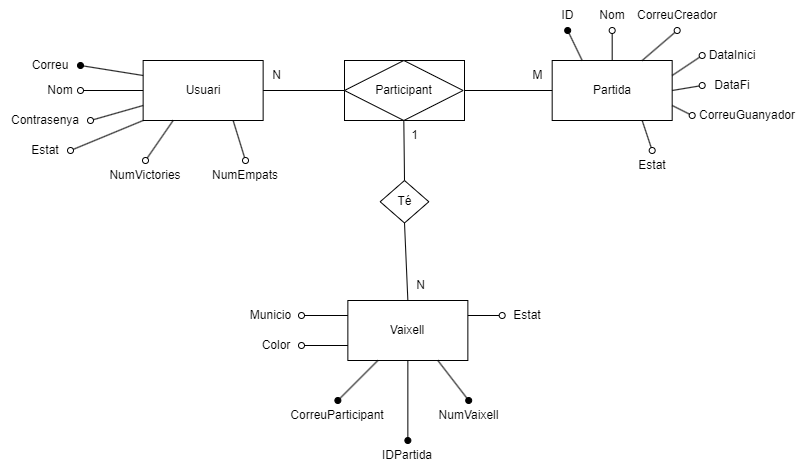
Earlier version of the draw.io export API/Model_ER_Shipped.drawio.png (janEstrada24/ProjecteShipped). Source tidied: cells renumbered, new cells last; positions are measured from the earlier drawing's top-left corner, leaving out a move shared by most shapes.
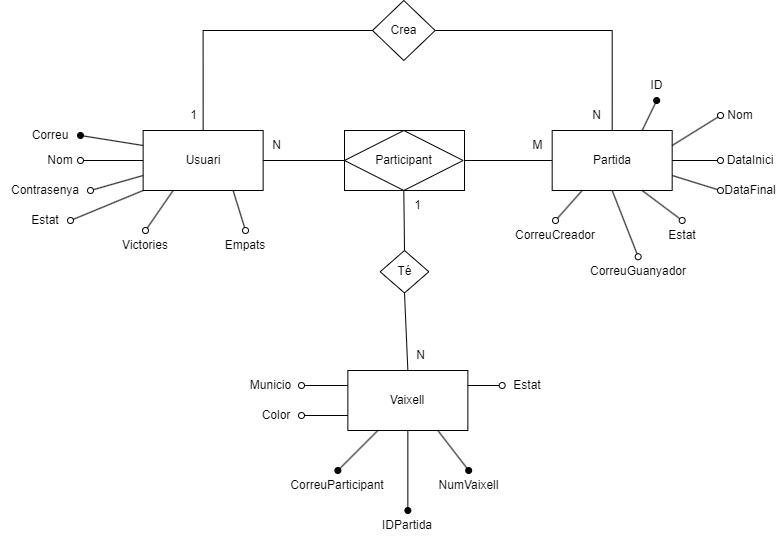
After the commit.

Commit message:
Model ER modficat i fitxers "init.sql" amb l'estructura base de les taules de la base de dades juntament amb el fitxer "docker-compose.yml" on utilitzem la imatge postgres

The edit, as a diff of the source:
```diff
@@ -32,13 +32,13 @@
     <mxCell id="11" value="Participant" style="rhombus;whiteSpace=wrap;html=1;rounded=0;" parent="1" vertex="1">
       <mxGeometry x="344" y="60" width="118.6" height="60" as="geometry" />
     </mxCell>
-    <mxCell id="12" style="endArrow=none;html=1;rounded=0;entryX=0;entryY=0.5;entryDx=0;entryDy=0;exitX=1;exitY=0.5;exitDx=0;exitDy=0;" parent="1" edge="1" source="2" target="11">
+    <mxCell id="12" style="endArrow=none;html=1;rounded=0;entryX=0;entryY=0.5;entryDx=0;entryDy=0;exitX=1;exitY=0.5;exitDx=0;exitDy=0;" parent="1" edge="1" source="2" target="10">
       <mxGeometry relative="1" as="geometry" />
     </mxCell>
     <mxCell id="13" style="endArrow=none;html=1;rounded=0;entryX=1;entryY=0.5;entryDx=0;entryDy=0;exitX=0;exitY=0.5;exitDx=0;exitDy=0;" parent="1" edge="1" source="7" target="10">
       <mxGeometry relative="1" as="geometry" />
     </mxCell>
-    <mxCell id="14" style="endArrow=none;html=1;rounded=0;entryX=0.5;entryY=1;entryDx=0;entryDy=0;exitX=0.5;exitY=0;exitDx=0;exitDy=0;" parent="1" edge="1" source="9" target="11">
+    <mxCell id="14" style="endArrow=none;html=1;rounded=0;exitX=0.5;exitY=0;exitDx=0;exitDy=0;entryX=0.5;entryY=1;entryDx=0;entryDy=0;" parent="1" edge="1" source="9" target="11">
       <mxGeometry relative="1" as="geometry" />
     </mxCell>
     <mxCell id="15" style="endArrow=none;html=1;rounded=0;entryX=0.5;entryY=0;entryDx=0;entryDy=0;exitX=0.5;exitY=1;exitDx=0;exitDy=0;" parent="1" edge="1" source="9" target="6">
@@ -57,7 +57,7 @@
       <mxGeometry x="407.4" y="270" width="27.4" height="30" as="geometry" />
     </mxCell>
     <mxCell id="20" value="1" style="text;html=1;strokeColor=none;fillColor=none;align=center;verticalAlign=middle;whiteSpace=wrap;rounded=0;" parent="1" vertex="1">
-      <mxGeometry x="401" y="120" width="27.4" height="30" as="geometry" />
+      <mxGeometry x="404" y="120" width="27.4" height="30" as="geometry" />
     </mxCell>
     <mxCell id="21" value="CorreuParticipant" style="text;html=1;strokeColor=none;fillColor=none;align=center;verticalAlign=middle;whiteSpace=wrap;rounded=0;" parent="1" vertex="1">
       <mxGeometry x="287.4" y="400" width="100" height="30" as="geometry" />
@@ -75,10 +75,10 @@
       <mxGeometry x="240" y="300" width="61" height="30" as="geometry" />
     </mxCell>
     <mxCell id="26" value="ID" style="text;html=1;strokeColor=none;fillColor=none;align=center;verticalAlign=middle;whiteSpace=wrap;rounded=0;" parent="1" vertex="1">
-      <mxGeometry x="551.7" width="31" height="30" as="geometry" />
+      <mxGeometry x="640.7" width="31" height="30" as="geometry" />
     </mxCell>
     <mxCell id="27" value="Nom" style="text;html=1;strokeColor=none;fillColor=none;align=center;verticalAlign=middle;whiteSpace=wrap;rounded=0;" parent="1" vertex="1">
-      <mxGeometry x="591.7" width="40" height="30" as="geometry" />
+      <mxGeometry x="720" y="30" width="40" height="30" as="geometry" />
     </mxCell>
     <mxCell id="28" style="endArrow=oval;html=1;rounded=0;endFill=1;exitX=0.75;exitY=1;exitDx=0;exitDy=0;entryX=0.5;entryY=0;entryDx=0;entryDy=0;" parent="1" edge="1" source="6" target="30">
       <mxGeometry relative="1" as="geometry" />
@@ -92,17 +92,17 @@
     <mxCell id="31" style="endArrow=oval;html=1;rounded=0;endFill=1;exitX=0.5;exitY=1;exitDx=0;exitDy=0;entryX=0.5;entryY=0;entryDx=0;entryDy=0;" parent="1" edge="1" source="6" target="29">
       <mxGeometry relative="1" as="geometry" />
     </mxCell>
-    <mxCell id="32" style="endArrow=oval;html=1;rounded=0;endFill=1;exitX=0.25;exitY=0;exitDx=0;exitDy=0;entryX=0.5;entryY=1;entryDx=0;entryDy=0;" parent="1" edge="1" source="7" target="26">
+    <mxCell id="32" style="endArrow=oval;html=1;rounded=0;endFill=1;exitX=0.75;exitY=0;exitDx=0;exitDy=0;entryX=0.5;entryY=1;entryDx=0;entryDy=0;" parent="1" edge="1" source="7" target="26">
       <mxGeometry relative="1" as="geometry" />
     </mxCell>
-    <mxCell id="33" style="endArrow=oval;html=1;rounded=0;endFill=0;exitX=0.5;exitY=0;exitDx=0;exitDy=0;entryX=0.5;entryY=1;entryDx=0;entryDy=0;" parent="1" edge="1" source="7" target="27">
+    <mxCell id="33" style="endArrow=oval;html=1;rounded=0;endFill=0;exitX=1;exitY=0.25;exitDx=0;exitDy=0;entryX=0;entryY=0.5;entryDx=0;entryDy=0;" parent="1" edge="1" source="7" target="27">
       <mxGeometry relative="1" as="geometry" />
     </mxCell>
-    <mxCell id="34" style="endArrow=oval;html=1;rounded=0;endFill=0;exitX=1;exitY=0.75;exitDx=0;exitDy=0;fontStyle=1;entryX=0;entryY=0.5;entryDx=0;entryDy=0;" parent="1" edge="1" source="7" target="35">
+    <mxCell id="34" style="endArrow=oval;html=1;rounded=0;endFill=0;exitX=0.5;exitY=1;exitDx=0;exitDy=0;fontStyle=1;entryX=0.5;entryY=0;entryDx=0;entryDy=0;" parent="1" edge="1" source="7" target="35">
       <mxGeometry relative="1" as="geometry" />
     </mxCell>
     <mxCell id="35" value="CorreuGuanyador" style="text;html=1;strokeColor=none;fillColor=none;align=center;verticalAlign=middle;whiteSpace=wrap;rounded=0;" parent="1" vertex="1">
-      <mxGeometry x="691.7" y="100" width="110" height="30" as="geometry" />
+      <mxGeometry x="582.7" y="186.2" width="110" height="30" as="geometry" />
     </mxCell>
     <mxCell id="36" style="endArrow=oval;html=1;rounded=0;endFill=0;exitX=0;exitY=1;exitDx=0;exitDy=0;fontStyle=1;entryX=1;entryY=0.5;entryDx=0;entryDy=0;" parent="1" edge="1" source="2" target="37">
       <mxGeometry relative="1" as="geometry" />
@@ -110,37 +110,37 @@
     <mxCell id="37" value="Estat" style="text;html=1;strokeColor=none;fillColor=none;align=center;verticalAlign=middle;whiteSpace=wrap;rounded=0;" parent="1" vertex="1">
       <mxGeometry x="20" y="135" width="50" height="30" as="geometry" />
     </mxCell>
-    <mxCell id="38" style="endArrow=oval;html=1;rounded=0;endFill=0;exitX=0.75;exitY=0;exitDx=0;exitDy=0;fontStyle=1;entryX=0.5;entryY=1;entryDx=0;entryDy=0;" parent="1" edge="1" source="7" target="39">
+    <mxCell id="38" style="endArrow=oval;html=1;rounded=0;endFill=0;exitX=0.25;exitY=1;exitDx=0;exitDy=0;fontStyle=1;entryX=0.5;entryY=0;entryDx=0;entryDy=0;" parent="1" edge="1" source="7" target="39">
       <mxGeometry relative="1" as="geometry" />
     </mxCell>
     <mxCell id="39" value="CorreuCreador" style="text;html=1;strokeColor=none;fillColor=none;align=center;verticalAlign=middle;whiteSpace=wrap;rounded=0;" parent="1" vertex="1">
-      <mxGeometry x="631.7" width="90" height="30" as="geometry" />
+      <mxGeometry x="510" y="150" width="90" height="30" as="geometry" />
     </mxCell>
-    <mxCell id="40" style="endArrow=oval;html=1;rounded=0;endFill=0;exitX=1;exitY=0.25;exitDx=0;exitDy=0;fontStyle=1;entryX=0;entryY=0.5;entryDx=0;entryDy=0;" parent="1" edge="1" source="7" target="41">
+    <mxCell id="40" style="endArrow=oval;html=1;rounded=0;endFill=0;exitX=1;exitY=0.5;exitDx=0;exitDy=0;fontStyle=1;entryX=0;entryY=0.5;entryDx=0;entryDy=0;" parent="1" edge="1" source="7" target="41">
       <mxGeometry relative="1" as="geometry" />
     </mxCell>
     <mxCell id="41" value="DataInici" style="text;html=1;strokeColor=none;fillColor=none;align=center;verticalAlign=middle;whiteSpace=wrap;rounded=0;" parent="1" vertex="1">
-      <mxGeometry x="701.7" y="40" width="60" height="30" as="geometry" />
+      <mxGeometry x="720" y="75" width="60" height="30" as="geometry" />
     </mxCell>
     <mxCell id="42" style="endArrow=oval;html=1;rounded=0;endFill=0;exitX=0.75;exitY=1;exitDx=0;exitDy=0;fontStyle=1;entryX=0.5;entryY=0;entryDx=0;entryDy=0;" parent="1" edge="1" source="7" target="43">
       <mxGeometry relative="1" as="geometry" />
     </mxCell>
     <mxCell id="43" value="Estat" style="text;html=1;strokeColor=none;fillColor=none;align=center;verticalAlign=middle;whiteSpace=wrap;rounded=0;" parent="1" vertex="1">
-      <mxGeometry x="631.7" y="150" width="40" height="30" as="geometry" />
+      <mxGeometry x="661.7" y="150" width="40" height="30" as="geometry" />
     </mxCell>
-    <mxCell id="44" value="DataFi" style="text;html=1;strokeColor=none;fillColor=none;align=center;verticalAlign=middle;whiteSpace=wrap;rounded=0;" parent="1" vertex="1">
-      <mxGeometry x="701.7" y="70" width="60" height="30" as="geometry" />
+    <mxCell id="44" value="DataFinal" style="text;html=1;strokeColor=none;fillColor=none;align=center;verticalAlign=middle;whiteSpace=wrap;rounded=0;" parent="1" vertex="1">
+      <mxGeometry x="720" y="105" width="60" height="30" as="geometry" />
     </mxCell>
-    <mxCell id="45" style="endArrow=oval;html=1;rounded=0;endFill=0;exitX=1;exitY=0.5;exitDx=0;exitDy=0;fontStyle=1;entryX=0;entryY=0.5;entryDx=0;entryDy=0;" parent="1" edge="1" source="7" target="44">
+    <mxCell id="45" style="endArrow=oval;html=1;rounded=0;endFill=0;exitX=1;exitY=0.75;exitDx=0;exitDy=0;fontStyle=1;entryX=0;entryY=0.5;entryDx=0;entryDy=0;" parent="1" edge="1" source="7" target="44">
       <mxGeometry relative="1" as="geometry" />
     </mxCell>
     <mxCell id="46" style="endArrow=oval;html=1;rounded=0;endFill=0;exitX=0.25;exitY=1;exitDx=0;exitDy=0;entryX=0.5;entryY=0;entryDx=0;entryDy=0;" parent="1" edge="1" source="2" target="47">
       <mxGeometry relative="1" as="geometry" />
     </mxCell>
-    <mxCell id="47" value="NumVictories" style="text;html=1;strokeColor=none;fillColor=none;align=center;verticalAlign=middle;whiteSpace=wrap;rounded=0;" parent="1" vertex="1">
+    <mxCell id="47" value="Victories" style="text;html=1;strokeColor=none;fillColor=none;align=center;verticalAlign=middle;whiteSpace=wrap;rounded=0;" parent="1" vertex="1">
       <mxGeometry x="100" y="160" width="90" height="30" as="geometry" />
     </mxCell>
-    <mxCell id="48" value="NumEmpats" style="text;html=1;strokeColor=none;fillColor=none;align=center;verticalAlign=middle;whiteSpace=wrap;rounded=0;" parent="1" vertex="1">
+    <mxCell id="48" value="&lt;div&gt;&lt;span style=&quot;background-color: initial;&quot;&gt;Empats&lt;/span&gt;&lt;br&gt;&lt;/div&gt;" style="text;html=1;strokeColor=none;fillColor=none;align=center;verticalAlign=middle;whiteSpace=wrap;rounded=0;" parent="1" vertex="1">
       <mxGeometry x="200" y="160" width="90" height="30" as="geometry" />
     </mxCell>
     <mxCell id="49" style="endArrow=oval;html=1;rounded=0;endFill=0;exitX=0.75;exitY=1;exitDx=0;exitDy=0;entryX=0.5;entryY=0;entryDx=0;entryDy=0;" parent="1" edge="1" source="2" target="48">
@@ -158,5 +158,24 @@
     <mxCell id="53" value="Nom" style="text;html=1;strokeColor=none;fillColor=none;align=center;verticalAlign=middle;whiteSpace=wrap;rounded=0;" parent="1" vertex="1">
       <mxGeometry x="40" y="75" width="40" height="30" as="geometry" />
     </mxCell>
+    <mxCell id="54" value="Crea" style="rhombus;whiteSpace=wrap;html=1;rounded=0;" parent="1" vertex="1">
+      <mxGeometry x="372" y="-70" width="62.6" height="60" as="geometry" />
+    </mxCell>
+    <mxCell id="55" style="endArrow=none;html=1;rounded=0;entryX=0;entryY=0.5;entryDx=0;entryDy=0;exitX=0.5;exitY=0;exitDx=0;exitDy=0;edgeStyle=orthogonalEdgeStyle;" parent="1" edge="1" source="2" target="54">
+      <mxGeometry relative="1" as="geometry" />
+    </mxCell>
+    <mxCell id="56" style="endArrow=none;html=1;rounded=0;entryX=1;entryY=0.5;entryDx=0;entryDy=0;exitX=0.5;exitY=0;exitDx=0;exitDy=0;edgeStyle=orthogonalEdgeStyle;" parent="1" edge="1" source="7" target="54">
+      <mxGeometry relative="1" as="geometry">
+        <Array as="points">
+          <mxPoint x="612" y="-40" />
+        </Array>
+      </mxGeometry>
+    </mxCell>
+    <mxCell id="57" value="N" style="text;html=1;strokeColor=none;fillColor=none;align=center;verticalAlign=middle;whiteSpace=wrap;rounded=0;" parent="1" vertex="1">
+      <mxGeometry x="582.7" y="30" width="27.4" height="30" as="geometry" />
+    </mxCell>
+    <mxCell id="58" value="1" style="text;html=1;strokeColor=none;fillColor=none;align=center;verticalAlign=middle;whiteSpace=wrap;rounded=0;" parent="1" vertex="1">
+      <mxGeometry x="180" y="30" width="27.4" height="30" as="geometry" />
+    </mxCell>
   </root>
 </mxGraphModel>
```
